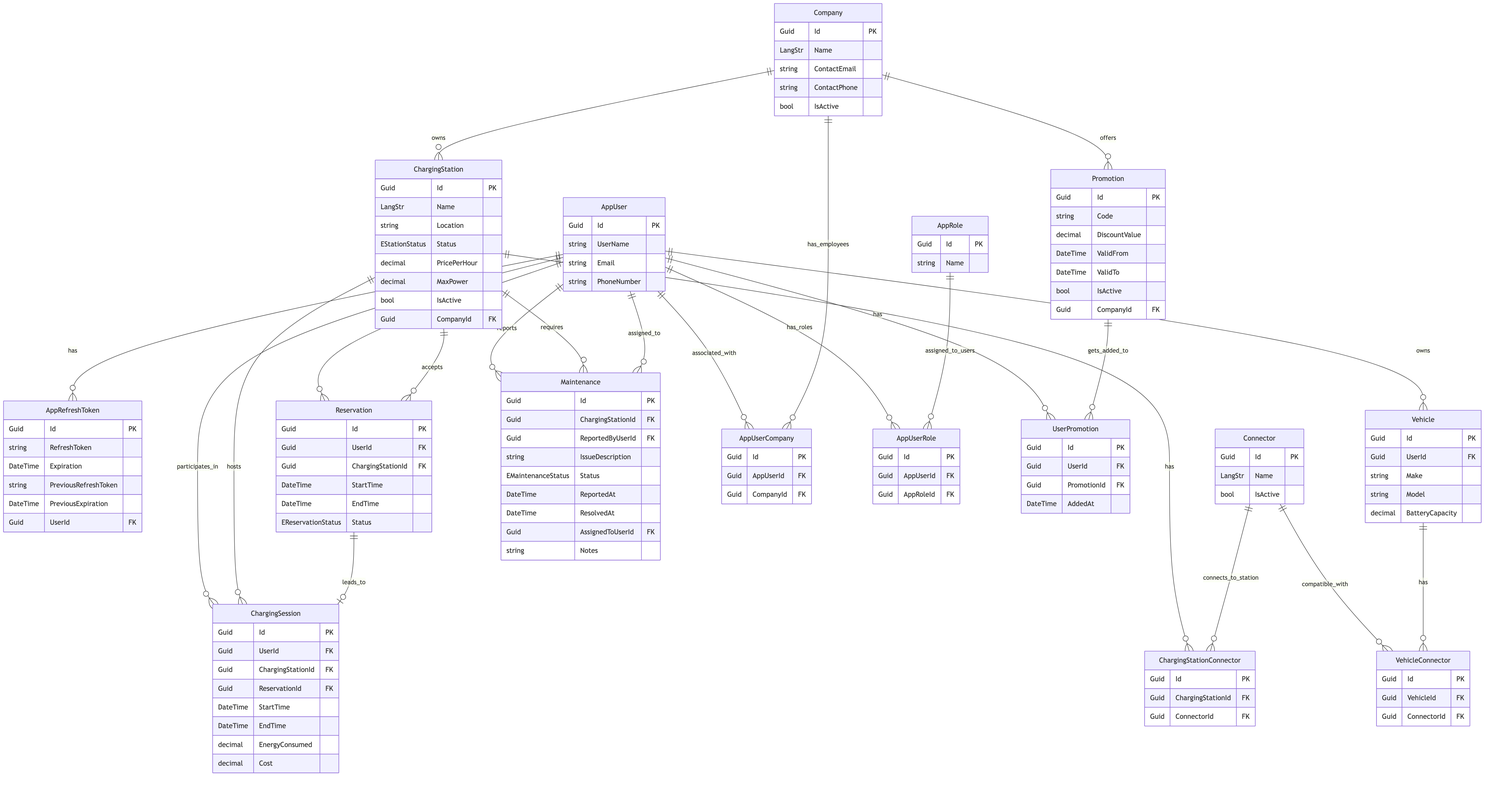
This is project/docs/system-diagram-erd.png from karlkunnapas/-kunnap-projectMMonolith, a Mermaid export, as it was before one commit. Its source is kept beside it as project/docs/system-diagram-erd.mmd. Source of this version:
```mermaid
erDiagram
    AppUser {
        Guid Id PK
        string UserName
        string Email
        string PhoneNumber
    }

    AppRole {
        Guid Id PK
        string Name
    }

    AppRefreshToken {
        Guid Id PK
        string RefreshToken
        DateTime Expiration
        string PreviousRefreshToken
        DateTime PreviousExpiration
        Guid UserId FK
    }

    Company {
        Guid Id PK
        LangStr Name
        string ContactEmail
        string ContactPhone
        bool IsActive
    }

    ChargingStation {
        Guid Id PK
        LangStr Name
        string Location
        EStationStatus Status
        decimal PricePerHour
        decimal MaxPower
        bool IsActive
        Guid CompanyId FK
    }

    Connector {
        Guid Id PK
        LangStr Name
        bool IsActive
    }

    Vehicle {
        Guid Id PK
        Guid UserId FK
        string Make
        string Model
        decimal BatteryCapacity
    }

    Reservation {
        Guid Id PK
        Guid UserId FK
        Guid ChargingStationId FK
        DateTime StartTime
        DateTime EndTime
        EReservationStatus Status
    }

    ChargingSession {
        Guid Id PK
        Guid UserId FK
        Guid ChargingStationId FK
        Guid ReservationId FK
        DateTime StartTime
        DateTime EndTime
        decimal EnergyConsumed
        decimal Cost
    }

    Maintenance {
        Guid Id PK
        Guid ChargingStationId FK
        Guid ReportedByUserId FK
        string IssueDescription
        EMaintenanceStatus Status
        DateTime ReportedAt
        DateTime ResolvedAt
        Guid AssignedToUserId FK
        string Notes
    }

    Promotion {
        Guid Id PK
        string Code
        decimal DiscountValue
        DateTime ValidFrom
        DateTime ValidTo
        bool IsActive
        Guid CompanyId FK
    }

    AppUserCompany {
        Guid Id PK
        Guid AppUserId FK
        Guid CompanyId FK
    }

    AppUserRole {
        Guid Id PK
        Guid AppUserId FK
        Guid AppRoleId FK
    }

    ChargingStationConnector {
        Guid Id PK
        Guid ChargingStationId FK
        Guid ConnectorId FK
    }

    VehicleConnector {
        Guid Id PK
        Guid VehicleId FK
        Guid ConnectorId FK
    }

    UserPromotion {
        Guid Id PK
        Guid UserId FK
        Guid PromotionId FK
        DateTime AddedAt
    }


    AppUser ||--o{ AppRefreshToken : has
    AppUser ||--o{ Reservation : makes
    AppUser ||--o{ ChargingSession : participates_in
    AppUser ||--o{ Vehicle : owns
    AppUser ||--o{ Maintenance : reports
    AppUser ||--o{ UserPromotion : has
    AppUser ||--o{ AppUserCompany : associated_with
    AppUser ||--o{ AppUserRole : has_roles

    Company ||--o{ ChargingStation : owns
    Company ||--o{ Promotion : offers
    Company ||--o{ AppUserCompany : has_employees

    ChargingStation ||--o{ Reservation : accepts
    ChargingStation ||--o{ ChargingSession : hosts
    ChargingStation ||--o{ Maintenance : requires
    ChargingStation ||--o{ ChargingStationConnector : has

    Connector ||--o{ ChargingStationConnector : connects_to_station
    Connector ||--o{ VehicleConnector : compatible_with

    Vehicle ||--o{ VehicleConnector : has

    Reservation ||--o| ChargingSession : leads_to

    Promotion ||--o{ UserPromotion : gets_added_to

    Maintenance }o--|| AppUser : assigned_to

    AppRole ||--o{ AppUserRole : assigned_to_users
```
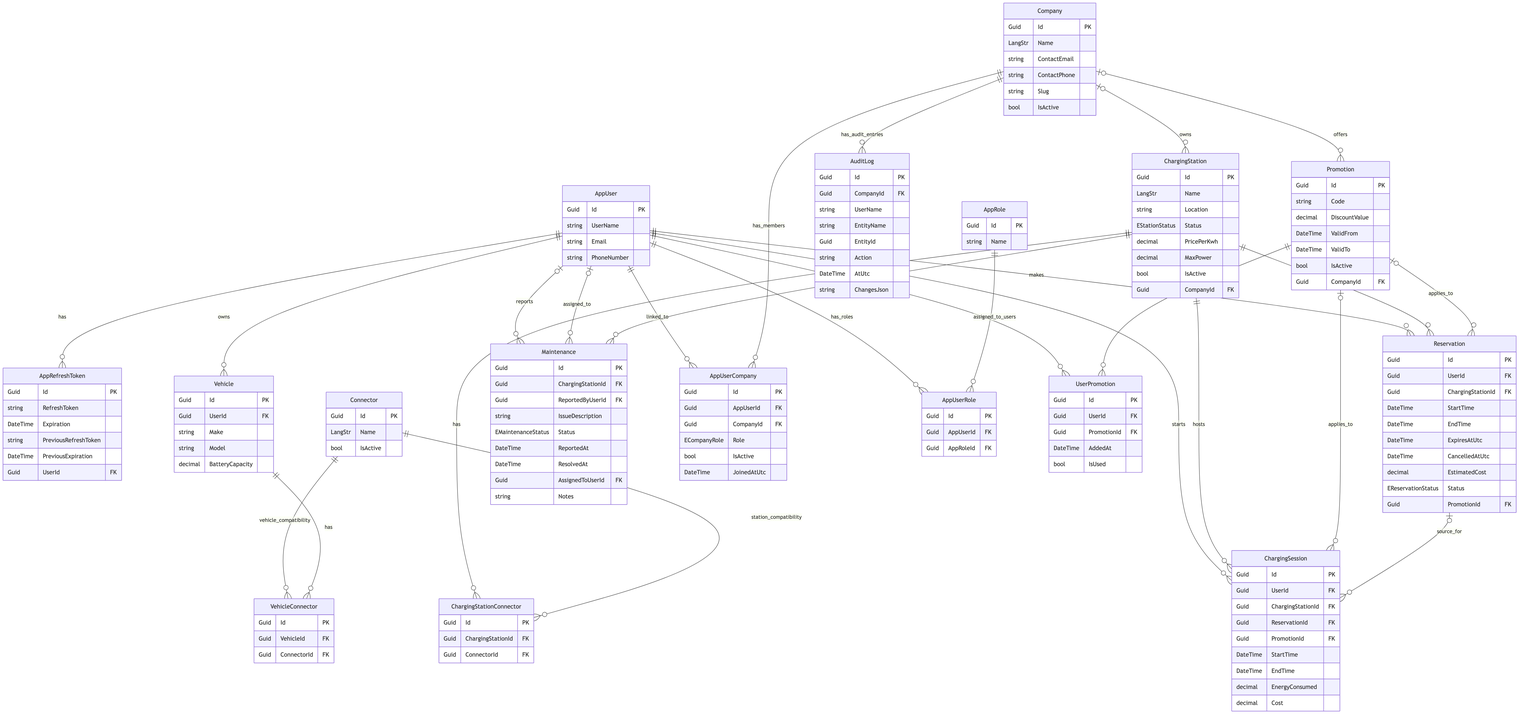
After the commit.

Commit message:
Enhance system diagrams with new entities and relationships, including AuditLog and updated properties for existing classes

Change to the diagram source:
```diff
@@ -25,7 +25,19 @@
         LangStr Name
         string ContactEmail
         string ContactPhone
+        string Slug
         bool IsActive
+    }
+
+    AuditLog {
+        Guid Id PK
+        Guid CompanyId FK
+        string UserName
+        string EntityName
+        Guid EntityId
+        string Action
+        DateTime AtUtc
+        string ChangesJson
     }
 
     ChargingStation {
@@ -33,7 +45,7 @@
         LangStr Name
         string Location
         EStationStatus Status
-        decimal PricePerHour
+        decimal PricePerKwh
         decimal MaxPower
         bool IsActive
         Guid CompanyId FK
@@ -59,7 +71,11 @@
         Guid ChargingStationId FK
         DateTime StartTime
         DateTime EndTime
+        DateTime ExpiresAtUtc
+        DateTime CancelledAtUtc
+        decimal EstimatedCost
         EReservationStatus Status
+        Guid PromotionId FK
     }
 
     ChargingSession {
@@ -67,6 +83,7 @@
         Guid UserId FK
         Guid ChargingStationId FK
         Guid ReservationId FK
+        Guid PromotionId FK
         DateTime StartTime
         DateTime EndTime
         decimal EnergyConsumed
@@ -99,6 +116,9 @@
         Guid Id PK
         Guid AppUserId FK
         Guid CompanyId FK
+        ECompanyRole Role
+        bool IsActive
+        DateTime JoinedAtUtc
     }
 
     AppUserRole {
@@ -124,36 +144,37 @@
         Guid UserId FK
         Guid PromotionId FK
         DateTime AddedAt
+        bool IsUsed
     }
 
+    AppUser ||--o{ AppRefreshToken : has
+    AppUser ||--o{ Vehicle : owns
+    AppUser ||--o{ Reservation : makes
+    AppUser ||--o{ ChargingSession : starts
+    AppUser o|--o{ Maintenance : reports
+    AppUser o|--o{ Maintenance : assigned_to
+    AppUser ||--o{ AppUserCompany : linked_to
+    AppUser ||--o{ AppUserRole : has_roles
+    AppUser ||--o{ UserPromotion : has
 
-    AppUser ||--o{ AppRefreshToken : has
-    AppUser ||--o{ Reservation : makes
-    AppUser ||--o{ ChargingSession : participates_in
-    AppUser ||--o{ Vehicle : owns
-    AppUser ||--o{ Maintenance : reports
-    AppUser ||--o{ UserPromotion : has
-    AppUser ||--o{ AppUserCompany : associated_with
-    AppUser ||--o{ AppUserRole : has_roles
+    AppRole ||--o{ AppUserRole : assigned_to_users
 
-    Company ||--o{ ChargingStation : owns
-    Company ||--o{ Promotion : offers
-    Company ||--o{ AppUserCompany : has_employees
+    Company o|--o{ ChargingStation : owns
+    Company o|--o{ Promotion : offers
+    Company ||--o{ AppUserCompany : has_members
+    Company ||--o{ AuditLog : has_audit_entries
 
     ChargingStation ||--o{ Reservation : accepts
     ChargingStation ||--o{ ChargingSession : hosts
-    ChargingStation ||--o{ Maintenance : requires
+    ChargingStation ||--o{ Maintenance : has_issues
     ChargingStation ||--o{ ChargingStationConnector : has
 
-    Connector ||--o{ ChargingStationConnector : connects_to_station
-    Connector ||--o{ VehicleConnector : compatible_with
-
+    Connector ||--o{ ChargingStationConnector : station_compatibility
+    Connector ||--o{ VehicleConnector : vehicle_compatibility
     Vehicle ||--o{ VehicleConnector : has
 
-    Reservation ||--o| ChargingSession : leads_to
+    Promotion o|--o{ Reservation : applies_to
+    Promotion o|--o{ ChargingSession : applies_to
+    Promotion ||--o{ UserPromotion : assigned_to_users
 
-    Promotion ||--o{ UserPromotion : gets_added_to
-
-    Maintenance }o--|| AppUser : assigned_to
-
-    AppRole ||--o{ AppUserRole : assigned_to_users
+    Reservation o|--o{ ChargingSession : source_for
```
